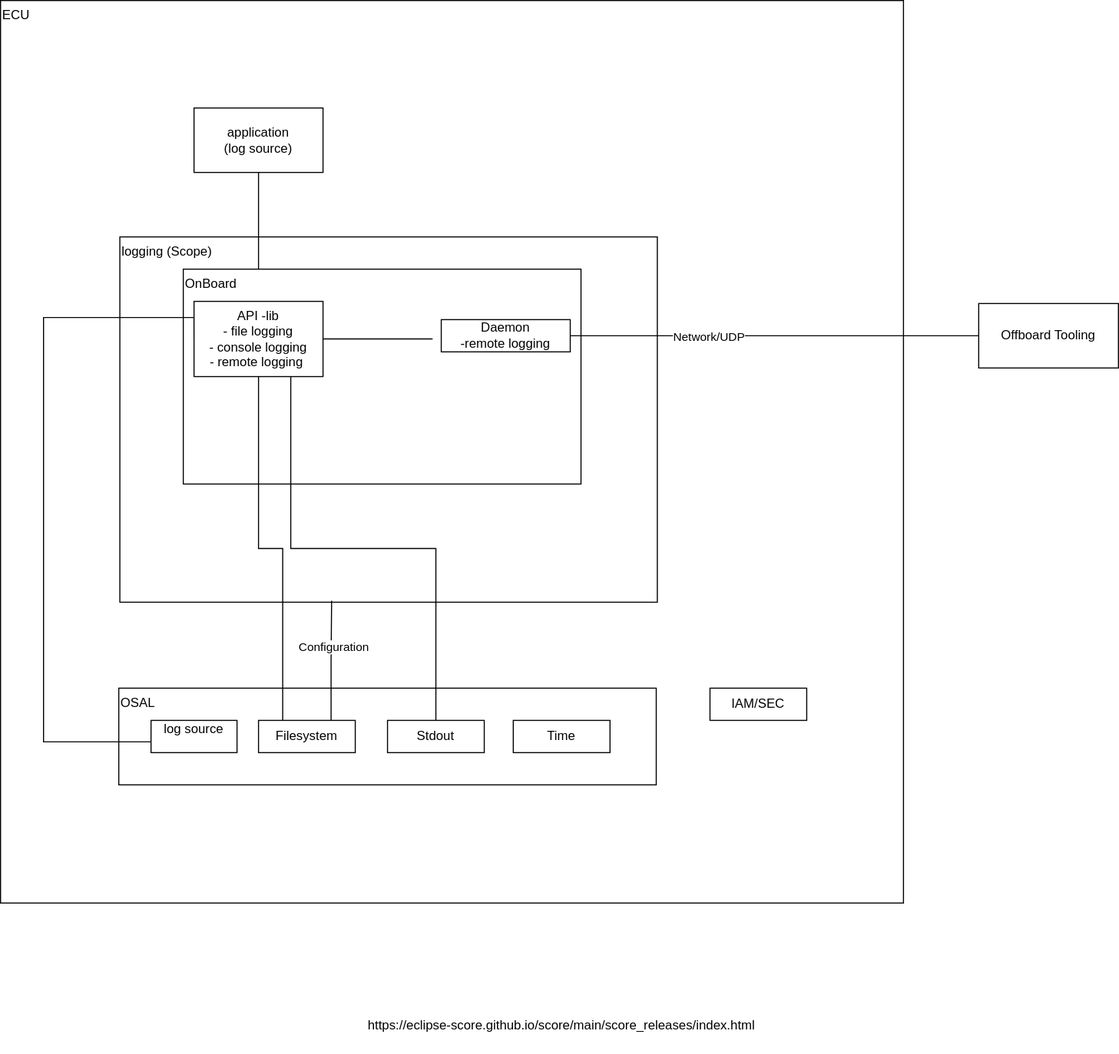
The draw.io diagram docs/features/analysis-infra/logging/_assets/feat_arc_sta__log__logging.drawio.svg in eclipse-score/score, before a commit. Source tidied: cells renumbered, new cells last; positions are measured from the earlier drawing's top-left corner, leaving out a move shared by most shapes.
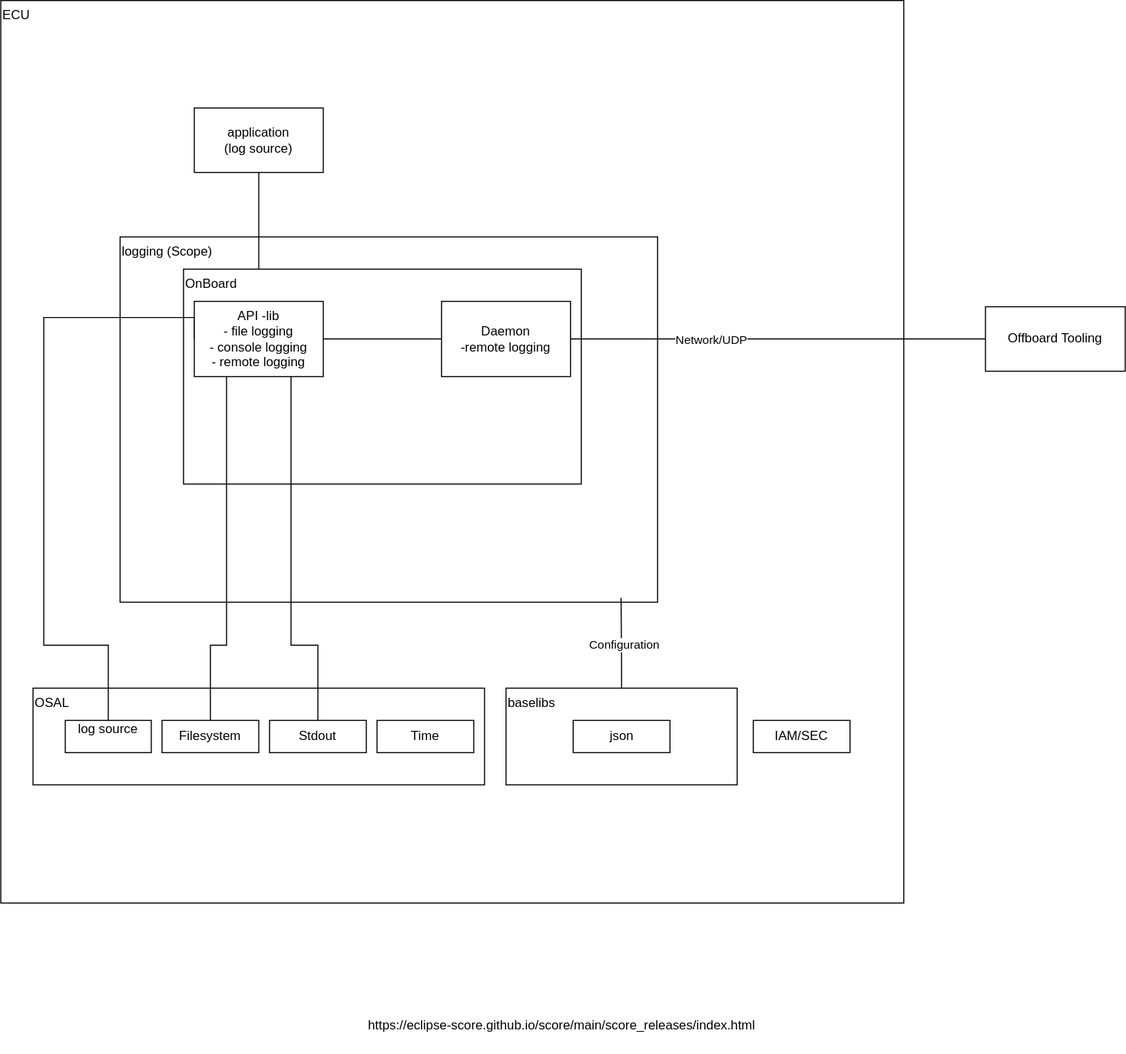
Above is the later version.

Commit message:
logging: feature architecture draft

feature architecture draft

Change to the diagram source:
```diff
@@ -15,60 +15,63 @@
       <mxGeometry x="180" y="100" width="120" height="60" as="geometry" />
     </mxCell>
     <mxCell id="6" value="OSAL" style="rounded=0;whiteSpace=wrap;html=1;verticalAlign=top;align=left;" parent="1" vertex="1">
-      <mxGeometry x="110" y="640" width="500" height="90" as="geometry" />
+      <mxGeometry x="30" y="640" width="420" height="90" as="geometry" />
     </mxCell>
     <mxCell id="7" value="Offboard Tooling" style="rounded=0;whiteSpace=wrap;html=1;" parent="1" vertex="1">
-      <mxGeometry x="910" y="282" width="130" height="60" as="geometry" />
+      <mxGeometry x="916" y="285" width="130" height="60" as="geometry" />
     </mxCell>
     <mxCell id="8" value="OnBoard" style="rounded=0;whiteSpace=wrap;html=1;verticalAlign=top;align=left;" parent="1" vertex="1">
       <mxGeometry x="170" y="250" width="370" height="200" as="geometry" />
     </mxCell>
     <mxCell id="9" value="Daemon&lt;br&gt;-remote logging" style="rounded=0;whiteSpace=wrap;html=1;" parent="1" vertex="1">
-      <mxGeometry x="410" y="297" width="120" height="30" as="geometry" />
+      <mxGeometry x="410" y="280" width="120" height="70" as="geometry" />
     </mxCell>
-    <mxCell id="10" style="edgeStyle=orthogonalEdgeStyle;rounded=0;jettySize=auto;html=1;exitX=0;exitY=0.5;exitDx=0;exitDy=0;entryX=0;entryY=0.5;entryDx=0;entryDy=0;endArrow=none;endFill=0;" parent="1" edge="1" source="13" target="16">
+    <mxCell id="10" style="edgeStyle=orthogonalEdgeStyle;rounded=0;jettySize=auto;html=1;exitX=0;exitY=0.5;exitDx=0;exitDy=0;entryX=0.5;entryY=0;entryDx=0;entryDy=0;endArrow=none;endFill=0;" parent="1" edge="1" source="13" target="16">
       <mxGeometry relative="1" as="geometry">
         <Array as="points">
           <mxPoint x="180" y="295" />
           <mxPoint x="40" y="295" />
-          <mxPoint x="40" y="690" />
+          <mxPoint x="40" y="600" />
+          <mxPoint x="100" y="600" />
         </Array>
       </mxGeometry>
     </mxCell>
-    <mxCell id="11" style="edgeStyle=orthogonalEdgeStyle;rounded=0;jettySize=auto;html=1;exitX=0.5;exitY=1;exitDx=0;exitDy=0;entryX=0.25;entryY=0;entryDx=0;entryDy=0;endArrow=none;endFill=0;" parent="1" edge="1" source="13" target="15">
-      <mxGeometry relative="1" as="geometry" />
+    <mxCell id="11" style="edgeStyle=orthogonalEdgeStyle;rounded=0;jettySize=auto;html=1;exitX=0.25;exitY=1;exitDx=0;exitDy=0;endArrow=none;endFill=0;entryX=0.5;entryY=0;entryDx=0;entryDy=0;" parent="1" edge="1" source="13" target="15">
+      <mxGeometry relative="1" as="geometry">
+        <Array as="points">
+          <mxPoint x="210" y="600" />
+          <mxPoint x="195" y="600" />
+        </Array>
+      </mxGeometry>
     </mxCell>
     <mxCell id="12" style="edgeStyle=orthogonalEdgeStyle;rounded=0;jettySize=auto;html=1;exitX=0.75;exitY=1;exitDx=0;exitDy=0;entryX=0.5;entryY=0;entryDx=0;entryDy=0;endArrow=none;endFill=0;" parent="1" edge="1" source="13" target="20">
-      <mxGeometry relative="1" as="geometry" />
+      <mxGeometry relative="1" as="geometry">
+        <Array as="points">
+          <mxPoint x="270" y="600" />
+          <mxPoint x="295" y="600" />
+        </Array>
+      </mxGeometry>
     </mxCell>
     <mxCell id="13" value="API -lib&lt;br&gt;- file logging&lt;br&gt;- console logging&lt;div&gt;- remote logging&amp;nbsp;&lt;/div&gt;" style="rounded=0;whiteSpace=wrap;html=1;" parent="1" vertex="1">
       <mxGeometry x="180" y="280" width="120" height="70" as="geometry" />
     </mxCell>
-    <mxCell id="14" value="Time" style="rounded=0;whiteSpace=wrap;html=1;" parent="1" vertex="1">
-      <mxGeometry x="477" y="670" width="90" height="30" as="geometry" />
-    </mxCell>
     <mxCell id="15" value="Filesystem" style="rounded=0;whiteSpace=wrap;html=1;" parent="1" vertex="1">
-      <mxGeometry x="240" y="670" width="90" height="30" as="geometry" />
+      <mxGeometry x="150" y="670" width="90" height="30" as="geometry" />
     </mxCell>
     <mxCell id="16" value="log source&lt;div&gt;&lt;br/&gt;&lt;/div&gt;" style="rounded=0;whiteSpace=wrap;html=1;" parent="1" vertex="1">
-      <mxGeometry x="140" y="670" width="80" height="30" as="geometry" />
+      <mxGeometry x="60" y="670" width="80" height="30" as="geometry" />
     </mxCell>
-    <mxCell id="17" style="edgeStyle=orthogonalEdgeStyle;rounded=0;jettySize=auto;html=1;entryX=0.394;entryY=0.996;entryDx=0;entryDy=0;entryPerimeter=0;endArrow=none;endFill=0;exitX=0.75;exitY=0;exitDx=0;exitDy=0;" parent="1" edge="1" source="15" target="3">
-      <mxGeometry relative="1" as="geometry">
-        <Array as="points">
-          <mxPoint x="308" y="615" />
-          <mxPoint x="308" y="615" />
-        </Array>
-      </mxGeometry>
+    <mxCell id="17" style="edgeStyle=orthogonalEdgeStyle;rounded=0;jettySize=auto;html=1;endArrow=none;endFill=0;exitX=0.5;exitY=0;exitDx=0;exitDy=0;entryX=0.932;entryY=0.988;entryDx=0;entryDy=0;entryPerimeter=0;" parent="1" edge="1" source="14" target="3">
+      <mxGeometry relative="1" as="geometry" />
     </mxCell>
     <mxCell id="18" value="Configuration" style="edgeLabel;html=1;align=center;verticalAlign=middle;" parent="17" vertex="1">
       <mxGeometry x="0.25" y="-2" relative="1" as="geometry" />
     </mxCell>
     <mxCell id="19" value="IAM/SEC" style="rounded=0;whiteSpace=wrap;html=1;" parent="1" vertex="1">
-      <mxGeometry x="660" y="640" width="90" height="30" as="geometry" />
+      <mxGeometry x="700" y="670" width="90" height="30" as="geometry" />
     </mxCell>
     <mxCell id="20" value="Stdout" style="rounded=0;whiteSpace=wrap;html=1;" parent="1" vertex="1">
-      <mxGeometry x="360" y="670" width="90" height="30" as="geometry" />
+      <mxGeometry x="250" y="670" width="90" height="30" as="geometry" />
     </mxCell>
     <mxCell id="21" style="edgeStyle=orthogonalEdgeStyle;rounded=0;jettySize=auto;html=1;exitX=0;exitY=0.5;exitDx=0;exitDy=0;entryX=1;entryY=0.5;entryDx=0;entryDy=0;endArrow=none;endFill=0;" parent="1" edge="1" source="7" target="9">
       <mxGeometry relative="1" as="geometry" />
@@ -76,11 +79,20 @@
     <mxCell id="22" value="Network/UDP" style="edgeLabel;html=1;align=center;verticalAlign=middle;" parent="21" vertex="1">
       <mxGeometry x="0.33" relative="1" as="geometry" />
     </mxCell>
-    <mxCell id="23" style="edgeStyle=orthogonalEdgeStyle;rounded=0;jettySize=auto;html=1;exitX=1;exitY=0.5;exitDx=0;exitDy=0;entryX=-0.067;entryY=0.6;entryDx=0;entryDy=0;entryPerimeter=0;endArrow=none;endFill=0;" parent="1" edge="1" source="13" target="9">
+    <mxCell id="23" style="edgeStyle=orthogonalEdgeStyle;rounded=0;jettySize=auto;html=1;exitX=1;exitY=0.5;exitDx=0;exitDy=0;entryX=0;entryY=0.5;entryDx=0;entryDy=0;endArrow=none;endFill=0;" parent="1" edge="1" source="13" target="9">
       <mxGeometry relative="1" as="geometry" />
     </mxCell>
     <mxCell id="24" value="https://eclipse-score.github.io/score/main/score_releases/index.html" style="text;whiteSpace=wrap;" parent="1" vertex="1">
       <mxGeometry x="340" y="940" width="390" height="40" as="geometry" />
     </mxCell>
+    <mxCell id="25" value="baselibs" style="rounded=0;whiteSpace=wrap;html=1;verticalAlign=top;align=left;" parent="1" vertex="1">
+      <mxGeometry x="470" y="640" width="215" height="90" as="geometry" />
+    </mxCell>
+    <mxCell id="26" value="Time" style="rounded=0;whiteSpace=wrap;html=1;" parent="1" vertex="1">
+      <mxGeometry x="350" y="670" width="90" height="30" as="geometry" />
+    </mxCell>
+    <mxCell id="14" value="json" style="rounded=0;whiteSpace=wrap;html=1;" parent="1" vertex="1">
+      <mxGeometry x="532.5" y="670" width="90" height="30" as="geometry" />
+    </mxCell>
   </root>
 </mxGraphModel>
```
